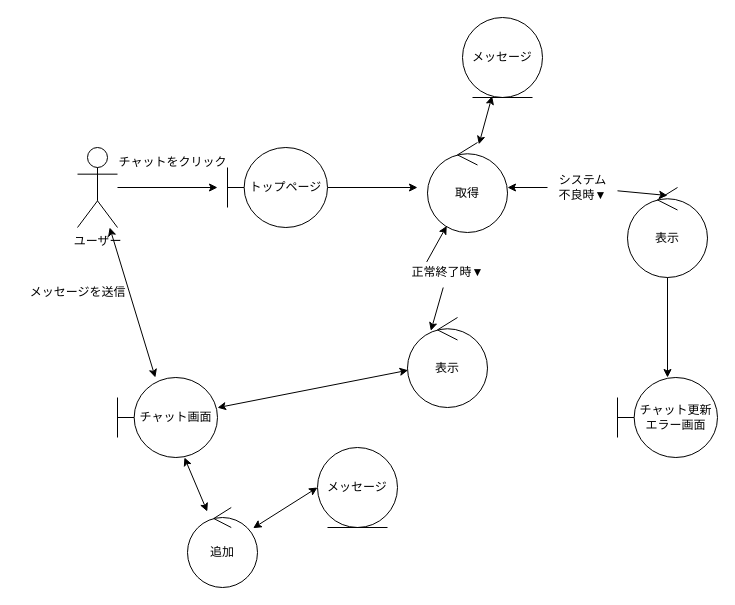
The draw.io diagram page "システム管理者チャット" (7 of 8) of out/ロバストネス図/ユーザー２-ロバストネス図.drawio in ksw2270227/GroupF, before the edit. Source tidied: cells renumbered, new cells numbered last; positions are measured from the earlier drawing's top-left corner, leaving out a move shared by most shapes. Both pictures are drawn from the tidied source at 100%, with x=0, y=0 at pixel (17, 17).
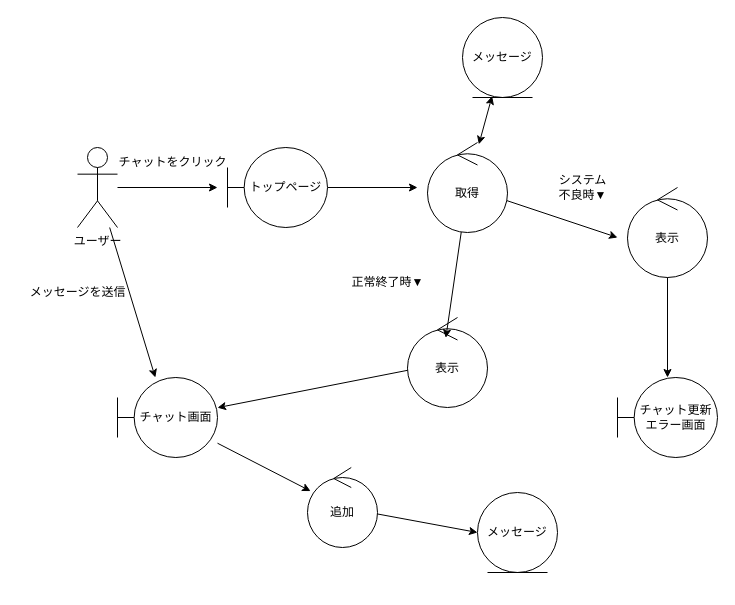
The same diagram, later.

Unchanged cells that the change refers to:
```xml
<mxCell id="4" value="ユーザー" style="shape=umlActor;verticalLabelPosition=bottom;verticalAlign=top;html=1;outlineConnect=0;" parent="1" vertex="1">
  <mxGeometry x="60" y="130" width="40" height="80" as="geometry" />
</mxCell>
<mxCell id="6" value="表示" style="ellipse;shape=umlControl;whiteSpace=wrap;html=1;" parent="1" vertex="1">
  <mxGeometry x="390" y="300" width="80" height="90" as="geometry" />
</mxCell>
<mxCell id="8" value="チャット画面" style="shape=umlBoundary;whiteSpace=wrap;html=1;" parent="1" vertex="1">
  <mxGeometry x="100" y="360" width="100" height="80" as="geometry" />
</mxCell>
<mxCell id="12" value="取得" style="ellipse;shape=umlControl;whiteSpace=wrap;html=1;" parent="1" vertex="1">
  <mxGeometry x="410" y="125" width="80" height="90" as="geometry" />
</mxCell>
<mxCell id="14" value="表示" style="ellipse;shape=umlControl;whiteSpace=wrap;html=1;" parent="1" vertex="1">
  <mxGeometry x="610" y="170" width="80" height="90" as="geometry" />
</mxCell>
<mxCell id="23" value="システム&lt;br&gt;不良時▼" style="text;html=1;align=center;verticalAlign=middle;points=[];strokeColor=none;fillColor=none;" parent="1" vertex="1">
  <mxGeometry x="530" y="150" width="70" height="40" as="geometry" />
</mxCell>
```

Change to the diagram source:
```diff
@@
-    <mxCell id="3" style="edgeStyle=none;html=1;startArrow=classic;startFill=1;" parent="1" edge="1" source="4" target="8">
+    <mxCell id="3" style="edgeStyle=none;html=1;" parent="1" edge="1" source="4" target="8">
       <mxGeometry relative="1" as="geometry" />
     </mxCell>
@@
-    <mxCell id="5" style="edgeStyle=none;html=1;startArrow=classic;startFill=1;" parent="1" edge="1" source="6" target="8">
+    <mxCell id="5" style="edgeStyle=none;html=1;" parent="1" edge="1" source="6" target="8">
       <mxGeometry relative="1" as="geometry" />
     </mxCell>
@@
-    <mxCell id="7" style="edgeStyle=none;html=1;startArrow=classic;startFill=1;" parent="1" edge="1" source="8" target="19">
+    <mxCell id="7" style="edgeStyle=none;html=1;" parent="1" edge="1" source="8" target="19">
       <mxGeometry relative="1" as="geometry" />
     </mxCell>
@@
-    <mxCell id="10" style="edgeStyle=none;html=1;entryX=0.5;entryY=0.089;entryDx=0;entryDy=0;entryPerimeter=0;startArrow=none;startFill=1;" parent="1" edge="1" source="23" target="14">
-      <mxGeometry relative="1" as="geometry" />
-    </mxCell>
-    <mxCell id="11" style="edgeStyle=none;html=1;startArrow=none;startFill=1;entryX=0.292;entryY=0.148;entryDx=0;entryDy=0;entryPerimeter=0;" parent="1" edge="1" source="25" target="6">
-      <mxGeometry relative="1" as="geometry" />
-    </mxCell>
+    <mxCell id="28" style="edgeStyle=none;html=1;entryX=0.479;entryY=0.226;entryDx=0;entryDy=0;entryPerimeter=0;" parent="1" edge="1" source="12" target="6">
+      <mxGeometry relative="1" as="geometry" />
+    </mxCell>
+    <mxCell id="29" style="edgeStyle=none;html=1;" parent="1" edge="1" source="12">
+      <mxGeometry relative="1" as="geometry">
+        <mxPoint x="600" y="220" as="targetPoint" />
+      </mxGeometry>
+    </mxCell>
@@
-    <mxCell id="18" style="edgeStyle=none;html=1;entryX=0;entryY=0.5;entryDx=0;entryDy=0;startArrow=classic;startFill=1;" parent="1" edge="1" source="19" target="21">
+    <mxCell id="18" style="edgeStyle=none;html=1;entryX=0;entryY=0.5;entryDx=0;entryDy=0;" parent="1" edge="1" source="19" target="21">
       <mxGeometry relative="1" as="geometry" />
     </mxCell>
     <mxCell id="19" value="追加" style="ellipse;shape=umlControl;whiteSpace=wrap;html=1;" parent="1" vertex="1">
-      <mxGeometry x="170" y="490" width="70" height="80" as="geometry" />
+      <mxGeometry x="290" y="450" width="70" height="80" as="geometry" />
     </mxCell>
@@
     <mxCell id="21" value="メッセージ&lt;br&gt;" style="ellipse;shape=umlEntity;whiteSpace=wrap;html=1;" parent="1" vertex="1">
-      <mxGeometry x="300" y="430" width="80" height="80" as="geometry" />
+      <mxGeometry x="460" y="475" width="80" height="80" as="geometry" />
     </mxCell>
-    <mxCell id="22" style="edgeStyle=none;html=1;startArrow=classic;startFill=1;endArrow=none;" parent="1" edge="1" source="12" target="23">
-      <mxGeometry relative="1" as="geometry" />
-    </mxCell>
@@
-    <mxCell id="24" style="edgeStyle=none;html=1;startArrow=classic;startFill=1;entryX=0.292;entryY=0.148;entryDx=0;entryDy=0;entryPerimeter=0;endArrow=none;" parent="1" edge="1" source="12" target="25">
-      <mxGeometry relative="1" as="geometry" />
-    </mxCell>
     <mxCell id="25" value="正常終了時▼" style="text;html=1;align=center;verticalAlign=middle;points=[];strokeColor=none;fillColor=none;" parent="1" vertex="1">
-      <mxGeometry x="380" y="240" width="100" height="30" as="geometry" />
+      <mxGeometry x="320" y="250" width="100" height="30" as="geometry" />
     </mxCell>
```
